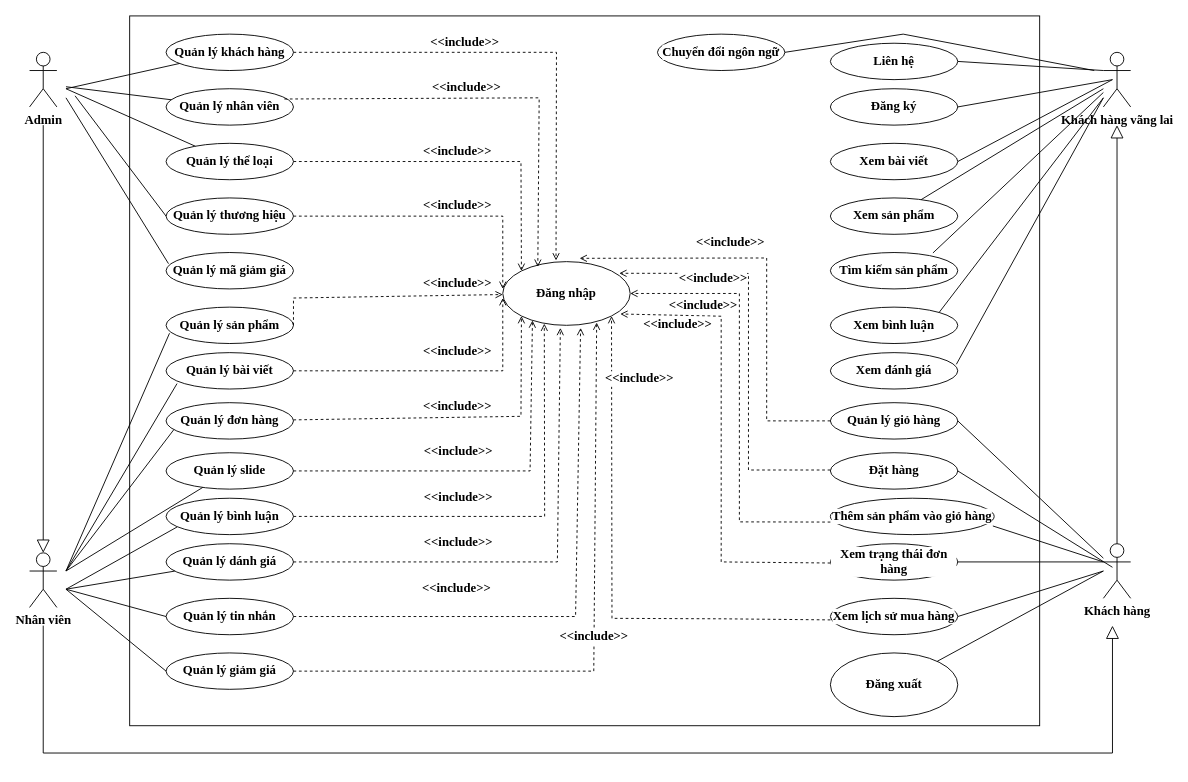
Above: page "UC tổng quát" (5 of 65) of Biểu đồ không có tiêu đề.drawio in tongdat27/C- (draw.io), before the change. Source tidied: cells renumbered, new cells numbered last; positions are measured from the earlier drawing's top-left corner, leaving out a move shared by most shapes. Both pictures are drawn from the tidied source at 91%, with x=0, y=0 at pixel (29, 15).
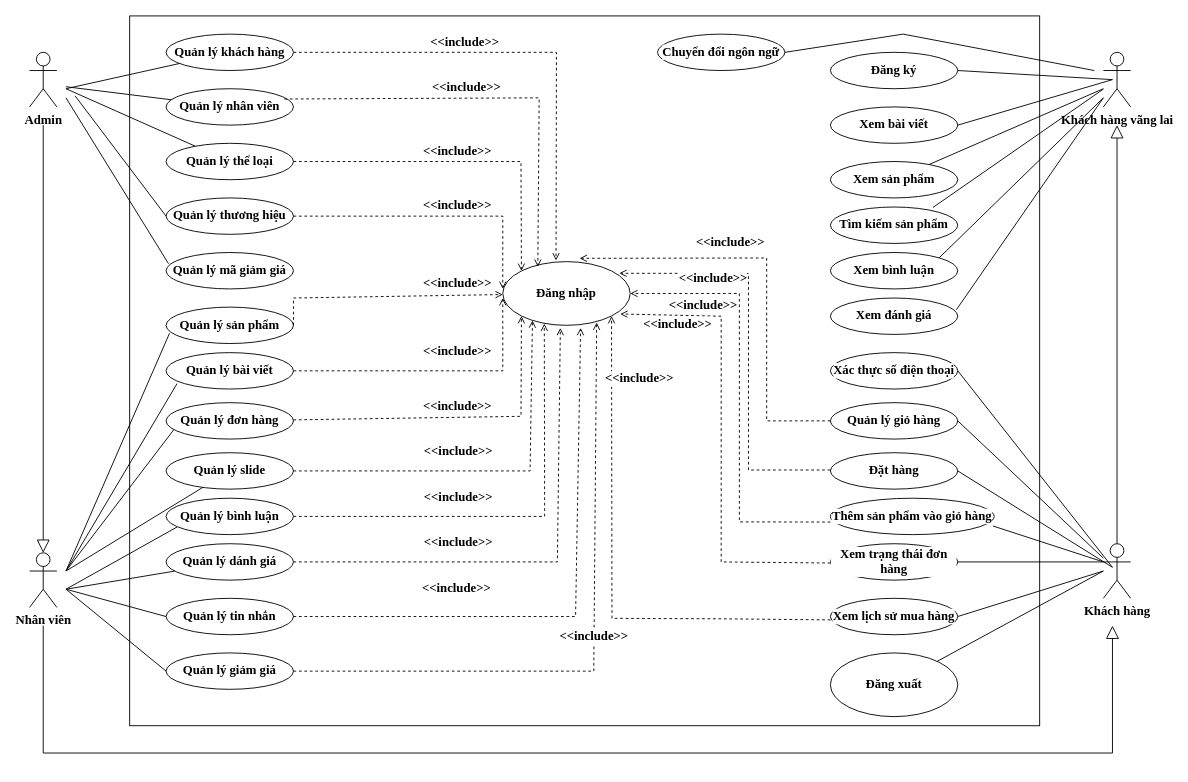
Above is the later version.

The change refers to these unchanged cells:
```xml
<mxCell id="5" value="Khách hàng vãng lai" style="shape=umlActor;verticalLabelPosition=bottom;verticalAlign=top;html=1;outlineConnect=0;fontFamily=Times New Roman;fontSize=14;labelBackgroundColor=default;fontColor=#000000;fontStyle=1;labelBorderColor=none;" parent="1" vertex="1">
  <mxGeometry x="1180" y="40" width="30" height="60" as="geometry" />
</mxCell>
```

Change to the diagram source:
```diff
@@
-    <mxCell id="19" value="&lt;span style=&quot;font-size: 14px;&quot;&gt;Liên hệ&lt;/span&gt;" style="ellipse;whiteSpace=wrap;html=1;fontFamily=Times New Roman;fontSize=14;labelBackgroundColor=default;fontColor=#000000;fontStyle=1;labelBorderColor=none;" parent="1" vertex="1">
-      <mxGeometry x="880" y="30" width="140" height="40" as="geometry" />
-    </mxCell>
     <mxCell id="20" value="&lt;span style=&quot;font-size: 14px;&quot;&gt;Đăng ký&lt;/span&gt;" style="ellipse;whiteSpace=wrap;html=1;fontFamily=Times New Roman;fontSize=14;labelBackgroundColor=default;fontColor=#000000;fontStyle=1;labelBorderColor=none;" parent="1" vertex="1">
-      <mxGeometry x="880" y="80" width="140" height="40" as="geometry" />
+      <mxGeometry x="880" y="40" width="140" height="40" as="geometry" />
     </mxCell>
     <mxCell id="21" value="&lt;span style=&quot;font-size: 14px;&quot;&gt;Xem bài viết&lt;/span&gt;" style="ellipse;whiteSpace=wrap;html=1;fontFamily=Times New Roman;fontSize=14;labelBackgroundColor=default;fontColor=#000000;fontStyle=1;labelBorderColor=none;" parent="1" vertex="1">
-      <mxGeometry x="880" y="140" width="140" height="40" as="geometry" />
+      <mxGeometry x="880" y="100" width="140" height="40" as="geometry" />
     </mxCell>
     <mxCell id="22" value="&lt;span style=&quot;font-size: 14px;&quot;&gt;Xem sản phẩm&lt;/span&gt;" style="ellipse;whiteSpace=wrap;html=1;fontFamily=Times New Roman;fontSize=14;labelBackgroundColor=default;fontColor=#000000;fontStyle=1;labelBorderColor=none;" parent="1" vertex="1">
-      <mxGeometry x="880" y="200" width="140" height="40" as="geometry" />
+      <mxGeometry x="880" y="160" width="140" height="40" as="geometry" />
     </mxCell>
     <mxCell id="23" value="&lt;span style=&quot;font-size: 14px;&quot;&gt;Tìm kiếm sản phẩm&lt;/span&gt;" style="ellipse;whiteSpace=wrap;html=1;fontFamily=Times New Roman;fontSize=14;labelBackgroundColor=default;fontColor=#000000;fontStyle=1;labelBorderColor=none;" parent="1" vertex="1">
-      <mxGeometry x="880" y="260" width="140" height="40" as="geometry" />
+      <mxGeometry x="880" y="210" width="140" height="40" as="geometry" />
     </mxCell>
     <mxCell id="24" value="&lt;span style=&quot;font-size: 14px;&quot;&gt;Xem bình luận&lt;/span&gt;" style="ellipse;whiteSpace=wrap;html=1;fontFamily=Times New Roman;fontSize=14;labelBackgroundColor=default;fontColor=#000000;fontStyle=1;labelBorderColor=none;" parent="1" vertex="1">
-      <mxGeometry x="880" y="320" width="140" height="40" as="geometry" />
+      <mxGeometry x="880" y="260" width="140" height="40" as="geometry" />
     </mxCell>
@@
     <mxCell id="32" value="&lt;span style=&quot;font-size: 14px;&quot;&gt;Xem đánh giá&lt;/span&gt;" style="ellipse;whiteSpace=wrap;html=1;fontFamily=Times New Roman;fontSize=14;labelBackgroundColor=default;fontColor=#000000;fontStyle=1;labelBorderColor=none;" parent="1" vertex="1">
-      <mxGeometry x="880" y="370" width="140" height="40" as="geometry" />
+      <mxGeometry x="880" y="310" width="140" height="40" as="geometry" />
     </mxCell>
@@
-    <mxCell id="51" style="endArrow=none;html=1;rounded=0;entryX=0;entryY=0.3333333333333333;entryDx=0;entryDy=0;entryPerimeter=0;exitX=1;exitY=0.5;exitDx=0;exitDy=0;fontFamily=Times New Roman;fontSize=14;labelBackgroundColor=default;fontColor=#000000;fontStyle=1;labelBorderColor=none;" parent="1" edge="1" source="19" target="5">
-      <mxGeometry relative="1" as="geometry" />
-    </mxCell>
@@
+    <mxCell id="82" value="&lt;span style=&quot;font-size: 14px;&quot;&gt;Xác thực số điện thoại&lt;/span&gt;" style="ellipse;whiteSpace=wrap;html=1;fontFamily=Times New Roman;fontSize=14;labelBackgroundColor=default;fontColor=#000000;fontStyle=1;labelBorderColor=none;" parent="1" vertex="1">
+      <mxGeometry x="880" y="370" width="140" height="40" as="geometry" />
+    </mxCell>
+    <mxCell id="83" style="endArrow=none;html=1;rounded=0;exitX=1;exitY=0.5;exitDx=0;exitDy=0;fontFamily=Times New Roman;fontSize=14;labelBackgroundColor=default;fontColor=#000000;fontStyle=1;labelBorderColor=none;" parent="1" edge="1" source="82">
+      <mxGeometry relative="1" as="geometry">
+        <mxPoint x="1190" y="605.9" as="targetPoint" />
+      </mxGeometry>
+    </mxCell>
```
